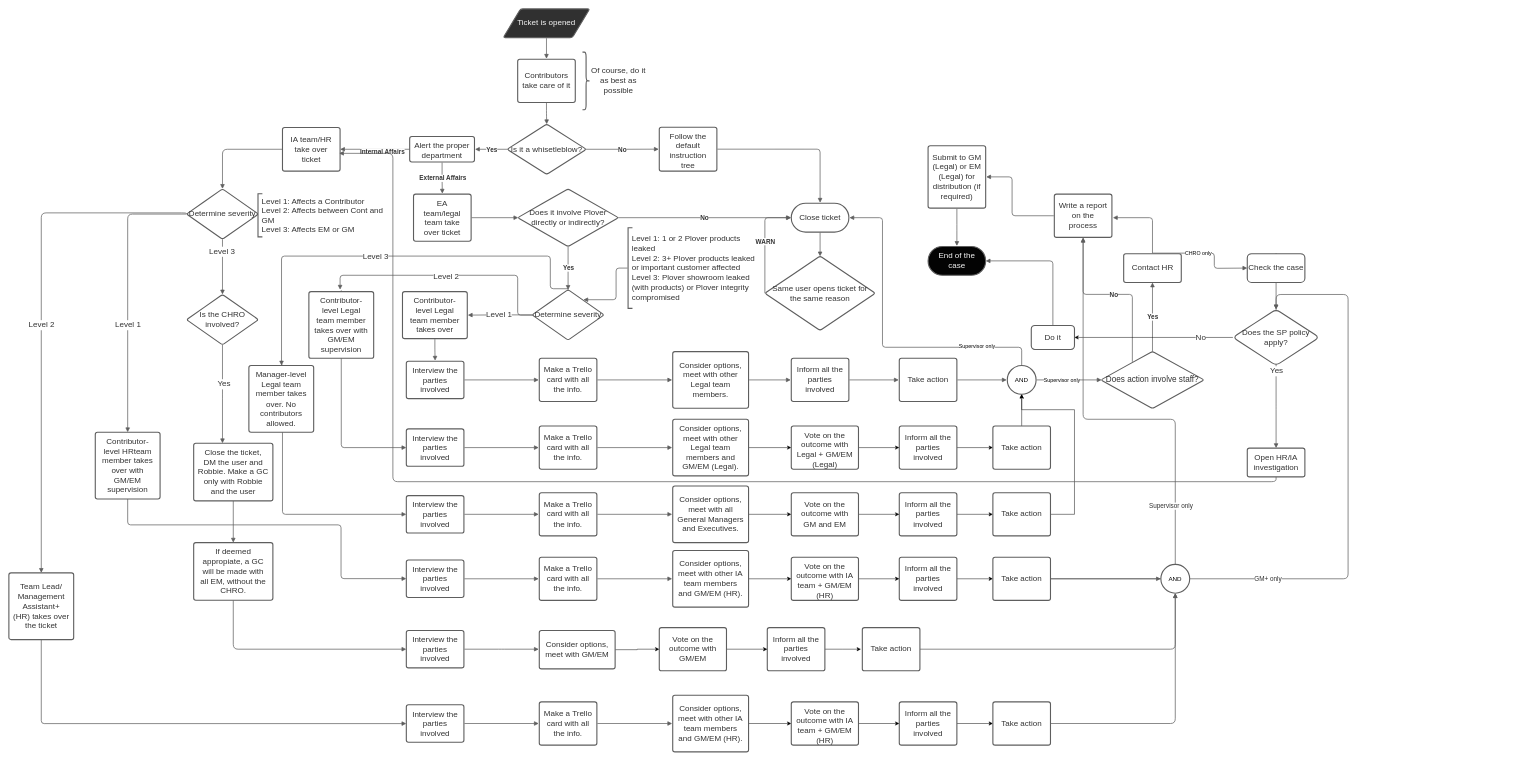
This is Untitled Diagram.drawio from Peiprjs/Peiprjs, a draw.io file, before an edit. Source tidied: cells renumbered, new cells numbered last; positions are measured from the earlier drawing's top-left corner, leaving out a move shared by most shapes. Both pictures are drawn from the tidied source at 48%, with x=0, y=0 at pixel (9, 9).
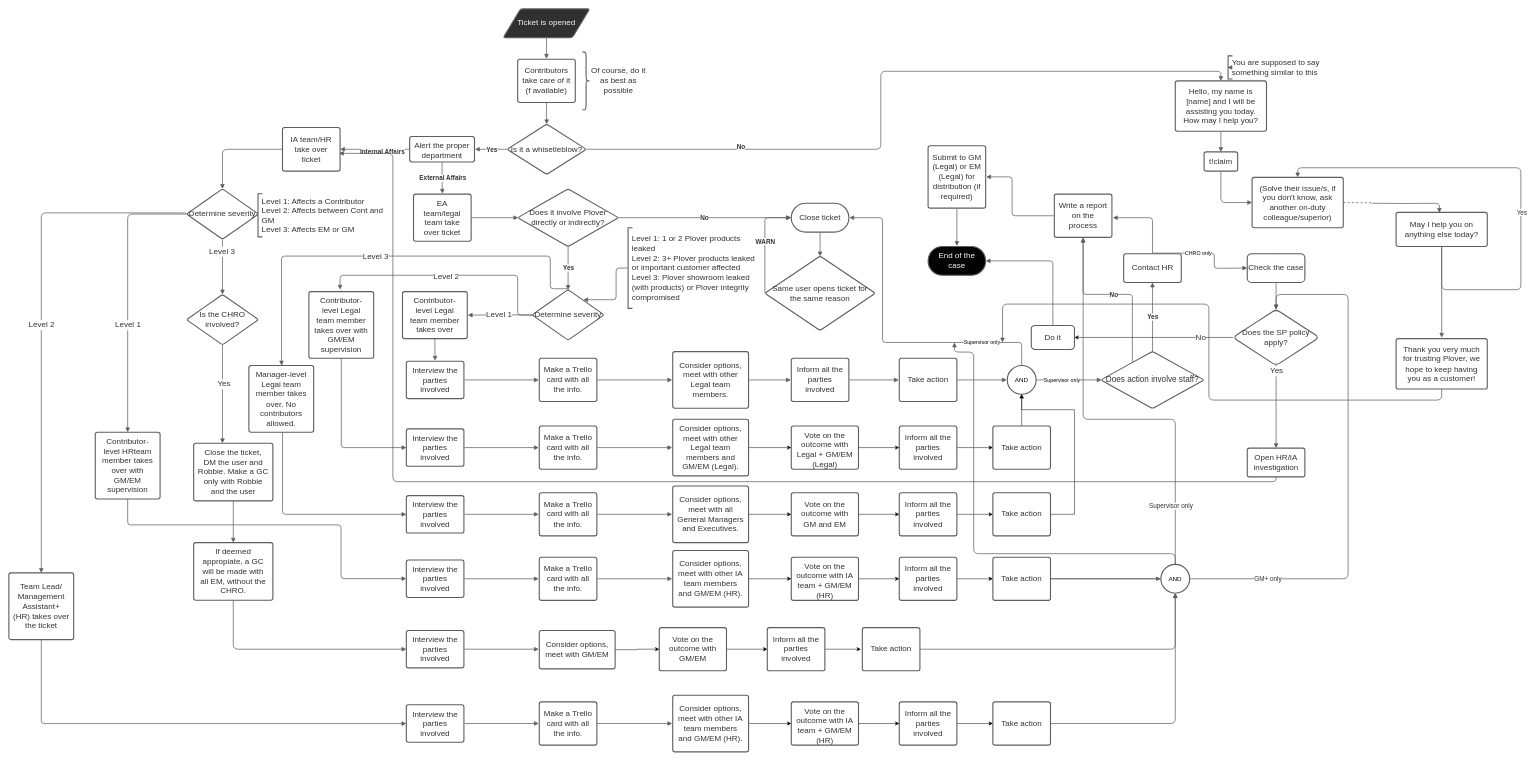
The same diagram, later.

The change refers to these unchanged cells:
```xml
<mxCell id="8" value="Is it a whisetleblow?" style="html=1;overflow=block;blockSpacing=1;whiteSpace=wrap;rhombus;whiteSpace=wrap;fontSize=16.7;fontColor=#333333;spacing=3.8;strokeColor=#5e5e5e;strokeOpacity=100;rounded=1;absoluteArcSize=1;arcSize=9;strokeWidth=2.3;" parent="1" vertex="1">
  <mxGeometry x="1038" y="240" width="165" height="105" as="geometry" />
</mxCell>
<mxCell id="23" value="Close ticket" style="html=1;overflow=block;blockSpacing=1;whiteSpace=wrap;rounded=1;arcSize=50;whiteSpace=wrap;fontSize=16.7;fontColor=#333333;spacing=3.8;strokeColor=#5e5e5e;strokeOpacity=100;strokeWidth=2.3;" parent="1" vertex="1">
  <mxGeometry x="1630" y="405" width="120" height="60" as="geometry" />
</mxCell>
<mxCell id="54" value="AND" style="ellipse;whiteSpace=wrap;html=1;fontFamily=Helvetica;fontSize=13;fontColor=#000000;align=center;strokeColor=#5e5e5e;strokeWidth=2.3;fillColor=#ffffff;" parent="1" vertex="1">
  <mxGeometry x="2080" y="743" width="60" height="60" as="geometry" />
</mxCell>
<mxCell id="144" value="AND" style="ellipse;whiteSpace=wrap;html=1;fontFamily=Helvetica;fontSize=13;fontColor=#000000;align=center;strokeColor=#5e5e5e;strokeWidth=2.3;fillColor=#ffffff;" parent="1" vertex="1">
  <mxGeometry x="2400" y="1157.3" width="60" height="60" as="geometry" />
</mxCell>
```

Change to the diagram source:
```diff
@@
-    <mxCell id="3" value="Contributors take care of it" style="html=1;overflow=block;blockSpacing=1;whiteSpace=wrap;whiteSpace=wrap;fontSize=16.7;fontColor=#333333;spacing=9;strokeColor=#5e5e5e;strokeOpacity=100;rounded=1;absoluteArcSize=1;arcSize=9;strokeWidth=2.3;" parent="1" vertex="1">
+    <mxCell id="3" value="Contributors take care of it (f available)" style="html=1;overflow=block;blockSpacing=1;whiteSpace=wrap;whiteSpace=wrap;fontSize=16.7;fontColor=#333333;spacing=9;strokeColor=#5e5e5e;strokeOpacity=100;rounded=1;absoluteArcSize=1;arcSize=9;strokeWidth=2.3;" parent="1" vertex="1">
       <mxGeometry x="1060" y="105" width="120" height="90" as="geometry" />
     </mxCell>
@@
+    <mxCell id="175" style="edgeStyle=orthogonalEdgeStyle;jettySize=auto;html=1;exitX=1;exitY=0.5;exitDx=0;exitDy=0;fontSize=13.3;fontColor=#333333;endArrow=block;endFill=1;strokeColor=#5E5E5E;strokeWidth=1.5;entryX=0.5;entryY=0;entryDx=0;entryDy=0;" parent="1" edge="1" source="8" target="178">
+      <mxGeometry relative="1" as="geometry" />
+    </mxCell>
@@
-    <mxCell id="10" style="html=1;jettySize=18;whiteSpace=wrap;fontSize=13.3;fontColor=#333333;fontStyle=1;strokeColor=#5E5E5E;strokeWidth=1.5;rounded=1;arcSize=12;edgeStyle=orthogonalEdgeStyle;startArrow=none;endArrow=block;endFill=1;exitX=0.992;exitY=0.5;exitPerimeter=0;entryX=-0.009;entryY=0.5;entryPerimeter=0;" parent="1" edge="1" source="8" target="12">
-      <mxGeometry relative="1" as="geometry" />
-    </mxCell>
-    <mxCell id="11" value="No" style="text;html=1;labelBackgroundColor=#ffffff;align=center;verticalAlign=middle;fontStyle=1;fontColor=#333333;fontSize=13.3;" parent="10" vertex="1">
-      <mxGeometry relative="1" as="geometry" />
-    </mxCell>
-    <mxCell id="12" value="Follow the default instruction tree" style="html=1;overflow=block;blockSpacing=1;whiteSpace=wrap;whiteSpace=wrap;fontSize=16.7;fontColor=#333333;spacing=9;strokeColor=#5e5e5e;strokeOpacity=100;rounded=1;absoluteArcSize=1;arcSize=9;strokeWidth=2.3;" parent="1" vertex="1">
-      <mxGeometry x="1355" y="246.5" width="120" height="91.5" as="geometry" />
-    </mxCell>
@@
-    <mxCell id="24" style="html=1;jettySize=18;whiteSpace=wrap;fontSize=13;strokeColor=#5E5E5E;strokeWidth=1.5;rounded=1;arcSize=12;edgeStyle=orthogonalEdgeStyle;startArrow=none;endArrow=block;endFill=1;exitX=1.009;exitY=0.5;exitPerimeter=0;entryX=0.5;entryY=-0.019;entryPerimeter=0;" parent="1" edge="1" source="12" target="23">
-      <mxGeometry relative="1" as="geometry" />
-    </mxCell>
@@
     <mxCell id="56" style="html=1;jettySize=18;whiteSpace=wrap;fontSize=13;strokeColor=#5E5E5E;strokeWidth=1.5;rounded=1;arcSize=12;edgeStyle=orthogonalEdgeStyle;startArrow=none;endArrow=block;endFill=1;exitX=0.5;exitY=-0.019;exitPerimeter=0;entryX=1.009;entryY=0.5;entryPerimeter=0;" parent="1" edge="1" source="54" target="23">
       <mxGeometry relative="1" as="geometry">
         <Array as="points">
-          <mxPoint x="2110" y="705" />
-          <mxPoint x="1820" y="705" />
+          <mxPoint x="2110" y="695" />
+          <mxPoint x="1820" y="695" />
           <mxPoint x="1820" y="435" />
         </Array>
       </mxGeometry>
     </mxCell>
@@
+    <mxCell id="176" style="edgeStyle=orthogonalEdgeStyle;jettySize=auto;html=1;fontSize=13.3;fontColor=#333333;endArrow=block;endFill=1;strokeColor=#5E5E5E;strokeWidth=1.5;" parent="1" edge="1" source="144">
+      <mxGeometry relative="1" as="geometry">
+        <mxPoint x="1970" y="695" as="targetPoint" />
+        <Array as="points">
+          <mxPoint x="2430" y="1135" />
+          <mxPoint x="2010" y="1135" />
+          <mxPoint x="2010" y="715" />
+          <mxPoint x="1970" y="715" />
+        </Array>
+      </mxGeometry>
+    </mxCell>
@@
+    <mxCell id="177" style="edgeStyle=orthogonalEdgeStyle;jettySize=auto;html=1;exitX=0.5;exitY=1;exitDx=0;exitDy=0;entryX=0.5;entryY=0;entryDx=0;entryDy=0;fontSize=13.3;fontColor=#333333;endArrow=block;endFill=1;strokeColor=#5E5E5E;strokeWidth=1.5;" parent="1" edge="1" source="178" target="183">
+      <mxGeometry relative="1" as="geometry" />
+    </mxCell>
+    <mxCell id="178" value="Hello, my name is [name] and I will be assisting you today. How may I help you?" style="html=1;overflow=block;blockSpacing=1;whiteSpace=wrap;whiteSpace=wrap;fontSize=16.7;fontColor=#333333;spacing=9;strokeColor=#5E5E5E;rounded=1;absoluteArcSize=1;arcSize=9;strokeWidth=2.3;" parent="1" vertex="1">
+      <mxGeometry x="2430" y="150" width="190" height="105" as="geometry" />
+    </mxCell>
+    <mxCell id="179" value="You are supposed to say something similar to this" style="group;spacingLeft=8;align=left;spacing=0;strokeColor=none;whiteSpace=wrap;fontSize=16.7;fontColor=#333333;strokeOpacity=100;fillOpacity=0;rounded=1;absoluteArcSize=1;arcSize=9;fillColor=#ffffff;strokeWidth=2.3;verticalAlign=top;html=1;" parent="1" vertex="1">
+      <mxGeometry x="2540" y="98" width="270" height="168" as="geometry" />
+    </mxCell>
+    <mxCell id="180" style="shape=partialRectangle;right=0;fillColor=none;whiteSpace=wrap;fontSize=16.7;fontColor=#333333;strokeColor=#5e5e5e;strokeWidth=2.3;" parent="179" vertex="1">
+      <mxGeometry width="8" height="48" relative="1" as="geometry" />
+    </mxCell>
+    <mxCell id="181" style="edgeStyle=orthogonalEdgeStyle;jettySize=auto;html=1;exitX=0;exitY=0.5;exitDx=0;exitDy=0;entryX=-0.004;entryY=0.148;entryDx=0;entryDy=0;entryPerimeter=0;fontSize=13.3;fontColor=#333333;endArrow=block;endFill=1;strokeColor=#5E5E5E;strokeWidth=1.5;" parent="179" edge="1" source="180" target="179">
+      <mxGeometry relative="1" as="geometry" />
+    </mxCell>
+    <mxCell id="11" value="No" style="text;html=1;labelBackgroundColor=#ffffff;align=center;verticalAlign=middle;fontStyle=1;fontColor=#333333;fontSize=13.3;" parent="1" vertex="1">
+      <mxGeometry x="1458.7" y="445" as="geometry">
+        <mxPoint x="66" y="-158" as="offset" />
+      </mxGeometry>
+    </mxCell>
+    <mxCell id="182" style="edgeStyle=orthogonalEdgeStyle;jettySize=auto;html=1;entryX=0;entryY=0.5;entryDx=0;entryDy=0;fontSize=13.3;fontColor=#333333;endArrow=block;endFill=1;strokeColor=#5E5E5E;strokeWidth=1.5;exitX=0.5;exitY=1;exitDx=0;exitDy=0;" parent="1" edge="1" source="183" target="184">
+      <mxGeometry relative="1" as="geometry" />
+    </mxCell>
+    <mxCell id="183" value="t!claim" style="html=1;overflow=block;blockSpacing=1;whiteSpace=wrap;whiteSpace=wrap;fontSize=16.7;fontColor=#333333;spacing=9;strokeColor=#5E5E5E;rounded=1;absoluteArcSize=1;arcSize=9;strokeWidth=2.3;" parent="1" vertex="1">
+      <mxGeometry x="2490" y="298" width="70" height="40" as="geometry" />
+    </mxCell>
+    <mxCell id="184" value="(Solve their issue/s, if you don't know, ask another on-duty colleague/superior)" style="html=1;overflow=block;blockSpacing=1;whiteSpace=wrap;whiteSpace=wrap;fontSize=16.7;fontColor=#333333;spacing=9;strokeColor=#5E5E5E;rounded=1;absoluteArcSize=1;arcSize=9;strokeWidth=2.3;" parent="1" vertex="1">
+      <mxGeometry x="2590" y="351" width="190" height="105" as="geometry" />
+    </mxCell>
+    <mxCell id="185" style="endArrow=none;dashed=1;html=1;fontSize=13.3;fontColor=#333333;strokeColor=#5E5E5E;strokeWidth=1.5;exitX=1;exitY=0.5;exitDx=0;exitDy=0;" parent="1" edge="1" source="184">
+      <mxGeometry relative="1" as="geometry">
+        <mxPoint x="2840" y="404" as="targetPoint" />
+      </mxGeometry>
+    </mxCell>
+    <mxCell id="186" style="edgeStyle=orthogonalEdgeStyle;orthogonalLoop=1;jettySize=auto;html=1;fontSize=13.3;fontColor=#333333;endArrow=block;endFill=1;strokeColor=#5E5E5E;strokeWidth=1.5;exitX=0.5;exitY=1;exitDx=0;exitDy=0;" parent="1" edge="1">
+      <mxGeometry relative="1" as="geometry">
+        <mxPoint x="2840" y="405" as="sourcePoint" />
+        <mxPoint x="2980" y="425" as="targetPoint" />
+      </mxGeometry>
+    </mxCell>
+    <mxCell id="187" style="edgeStyle=orthogonalEdgeStyle;jettySize=auto;html=1;exitX=0.5;exitY=1;exitDx=0;exitDy=0;fontSize=13.3;fontColor=#333333;endArrow=block;endFill=1;strokeColor=#5E5E5E;strokeWidth=1.5;entryX=0.5;entryY=0;entryDx=0;entryDy=0;" parent="1" edge="1" source="190" target="184">
+      <mxGeometry relative="1" as="geometry">
+        <Array as="points">
+          <mxPoint x="2985" y="585" />
+          <mxPoint x="3150" y="585" />
+          <mxPoint x="3150" y="331" />
+          <mxPoint x="2685" y="331" />
+        </Array>
+      </mxGeometry>
+    </mxCell>
+    <mxCell id="188" value="Yes" style="edgeLabel;html=1;align=center;verticalAlign=middle;fontSize=13.3;fontColor=#333333;" parent="187" vertex="1">
+      <mxGeometry x="-0.16" y="-1" relative="1" as="geometry" />
+    </mxCell>
+    <mxCell id="189" style="edgeStyle=orthogonalEdgeStyle;jettySize=auto;html=1;exitX=0.5;exitY=1;exitDx=0;exitDy=0;fontSize=13.3;fontColor=#333333;endArrow=block;endFill=1;strokeColor=#5E5E5E;strokeWidth=1.5;" parent="1" edge="1" source="190">
+      <mxGeometry relative="1" as="geometry">
+        <mxPoint x="2985" y="685" as="targetPoint" />
+      </mxGeometry>
+    </mxCell>
+    <mxCell id="190" value="May I help you on anything else today?" style="html=1;overflow=block;blockSpacing=1;whiteSpace=wrap;whiteSpace=wrap;fontSize=16.7;fontColor=#333333;spacing=9;strokeColor=#5E5E5E;rounded=1;absoluteArcSize=1;arcSize=9;strokeWidth=2.3;" parent="1" vertex="1">
+      <mxGeometry x="2890" y="424" width="190" height="71" as="geometry" />
+    </mxCell>
+    <mxCell id="191" style="edgeStyle=orthogonalEdgeStyle;jettySize=auto;html=1;fontSize=13.3;fontColor=#333333;endArrow=block;endFill=1;strokeColor=#5E5E5E;strokeWidth=1.5;" parent="1" edge="1" source="192">
+      <mxGeometry relative="1" as="geometry">
+        <mxPoint x="2070" y="695" as="targetPoint" />
+        <Array as="points">
+          <mxPoint x="2985" y="815" />
+          <mxPoint x="2500" y="815" />
+          <mxPoint x="2500" y="615" />
+          <mxPoint x="2070" y="615" />
+        </Array>
+      </mxGeometry>
+    </mxCell>
+    <mxCell id="192" value="Thank you very much for trusting Plover, we hope to keep having you as a customer!" style="html=1;overflow=block;blockSpacing=1;whiteSpace=wrap;whiteSpace=wrap;fontSize=16.7;fontColor=#333333;spacing=9;strokeColor=#5E5E5E;rounded=1;absoluteArcSize=1;arcSize=9;strokeWidth=2.3;" parent="1" vertex="1">
+      <mxGeometry x="2890" y="687" width="190" height="105" as="geometry" />
+    </mxCell>
```
